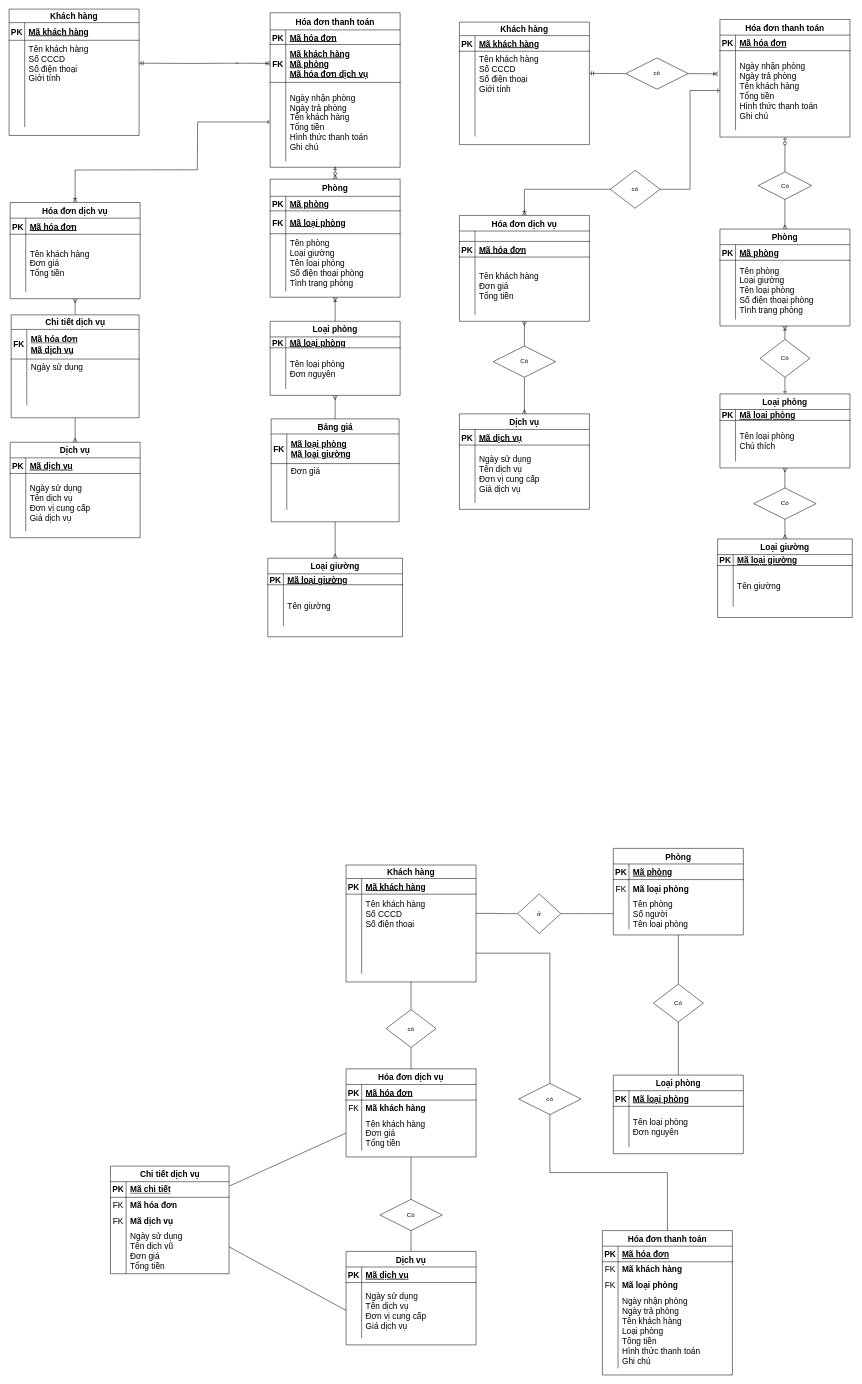
Earlier version of the draw.io diagram chart_4.drawio (gakucode0602/Chart). Source tidied: cells renumbered, new cells numbered last; positions are measured from the earlier drawing's top-left corner, leaving out a move shared by most shapes. Both pictures are drawn from the tidied source at 52%, with x=0, y=0 at pixel (9, 9).
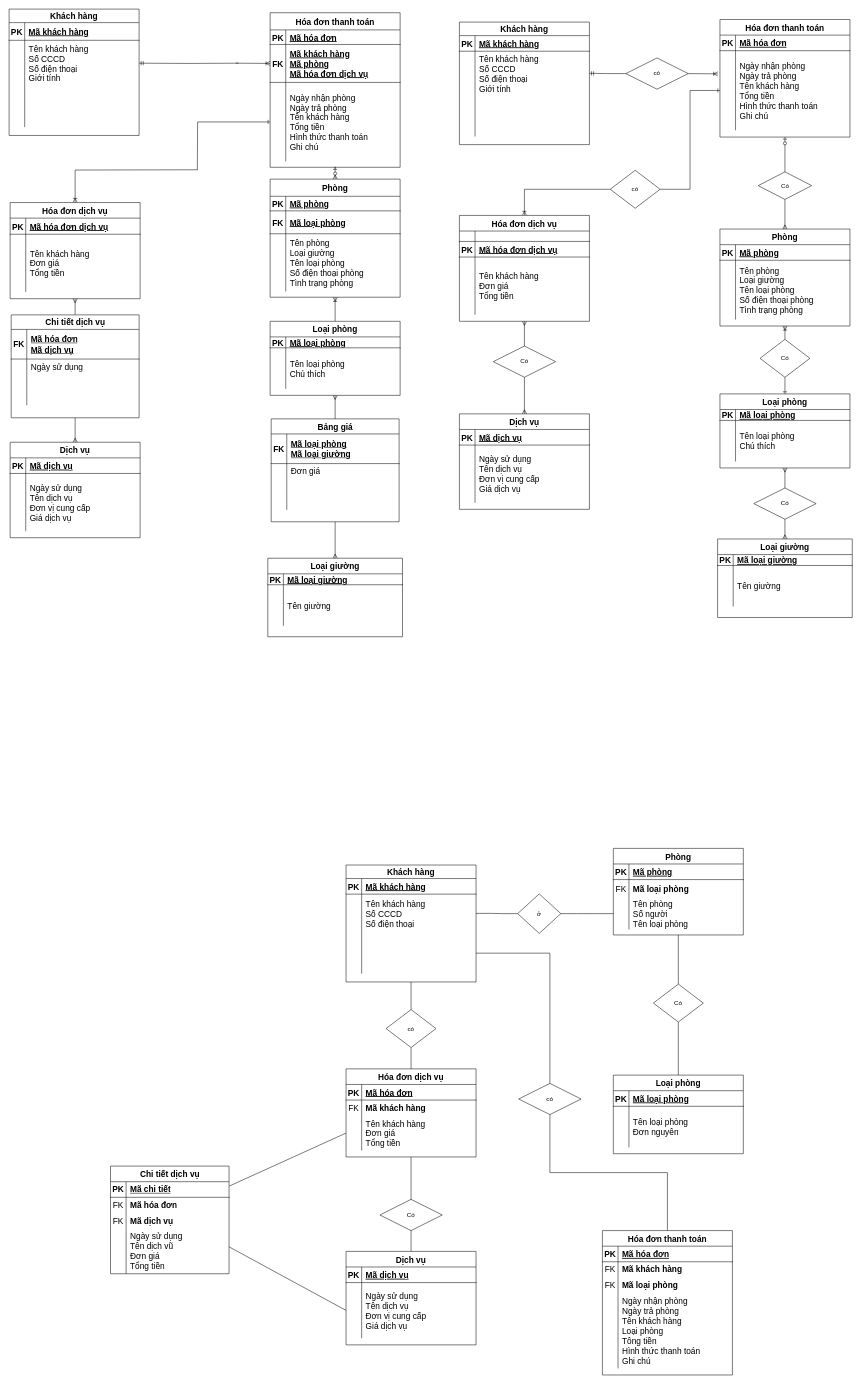
After the change.

Commit message:
Cập nhật chart_4.drawio

The change refers to these unchanged cells:
```xml
<mxCell id="143" style="shape=partialRectangle;fillColor=none;top=0;left=0;right=0;bottom=1;fontSize=16;" parent="139" vertex="1">
  <mxGeometry y="50" width="250" height="30" as="geometry" />
</mxCell>
<mxCell id="165" style="shape=partialRectangle;fillColor=none;top=0;left=0;right=0;bottom=0;fontSize=16;" parent="161" vertex="1">
  <mxGeometry y="51" width="250" height="79" as="geometry" />
</mxCell>
<mxCell id="183" style="shape=partialRectangle;fillColor=none;top=0;left=0;right=0;bottom=1;fontSize=16;" parent="182" vertex="1">
  <mxGeometry y="30" width="250" height="31" as="geometry" />
</mxCell>
```

What changed in the source:
```diff
@@
-    <mxCell id="145" value="Mã hóa đơn" style="shape=partialRectangle;overflow=hidden;fillColor=none;top=0;left=0;bottom=0;right=0;align=left;spacingLeft=6;fontStyle=5;fontSize=16;" parent="143" vertex="1">
+    <mxCell id="145" value="Mã hóa đơn dịch vụ" style="shape=partialRectangle;overflow=hidden;fillColor=none;top=0;left=0;bottom=0;right=0;align=left;spacingLeft=6;fontStyle=5;fontSize=16;" parent="143" vertex="1">
       <mxGeometry x="30" width="220" height="30" as="geometry" />
     </mxCell>
@@
-    <mxCell id="167" value="Tên loại phòng&#10;Đơn nguyên" style="shape=partialRectangle;overflow=hidden;fillColor=none;top=0;left=0;bottom=0;right=0;align=left;spacingLeft=6;fontSize=16;" parent="165" vertex="1">
+    <mxCell id="167" value="Tên loại phòng&#10;Chú thích" style="shape=partialRectangle;overflow=hidden;fillColor=none;top=0;left=0;bottom=0;right=0;align=left;spacingLeft=6;fontSize=16;" parent="165" vertex="1">
       <mxGeometry x="30" width="220" height="79" as="geometry" />
     </mxCell>
@@
-    <mxCell id="185" value="Mã hóa đơn" style="shape=partialRectangle;overflow=hidden;fillColor=none;top=0;left=0;bottom=0;right=0;align=left;spacingLeft=6;fontStyle=5;fontSize=16;" parent="183" vertex="1">
+    <mxCell id="185" value="Mã hóa đơn dịch vụ" style="shape=partialRectangle;overflow=hidden;fillColor=none;top=0;left=0;bottom=0;right=0;align=left;spacingLeft=6;fontStyle=5;fontSize=16;" parent="183" vertex="1">
       <mxGeometry x="30" width="220" height="31" as="geometry" />
     </mxCell>
```
